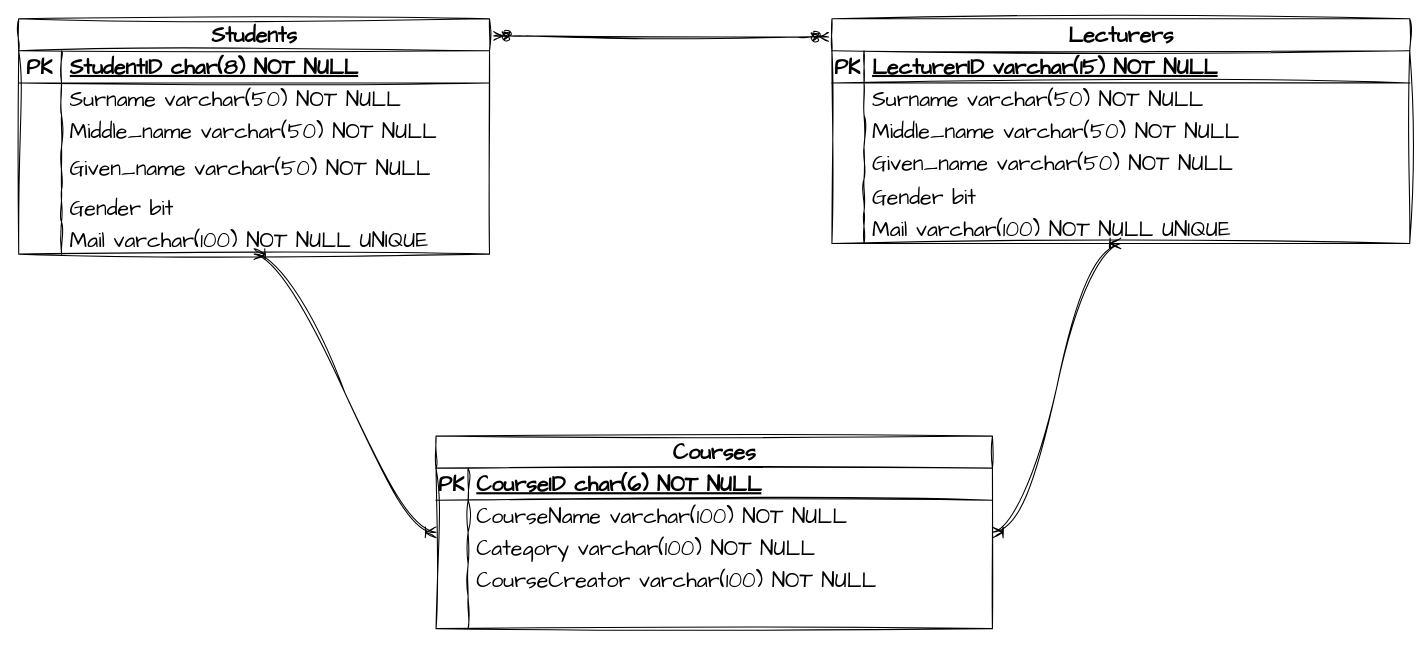
Before: Untitled Diagram.drawio in Adota2107/CMS_ERD_Diagram, a draw.io diagram. Source tidied: cells renumbered, new cells numbered last; positions are measured from the earlier drawing's top-left corner, leaving out a move shared by most shapes. Both pictures are drawn from the tidied source at 107%, with x=0, y=0 at pixel (18, 18).
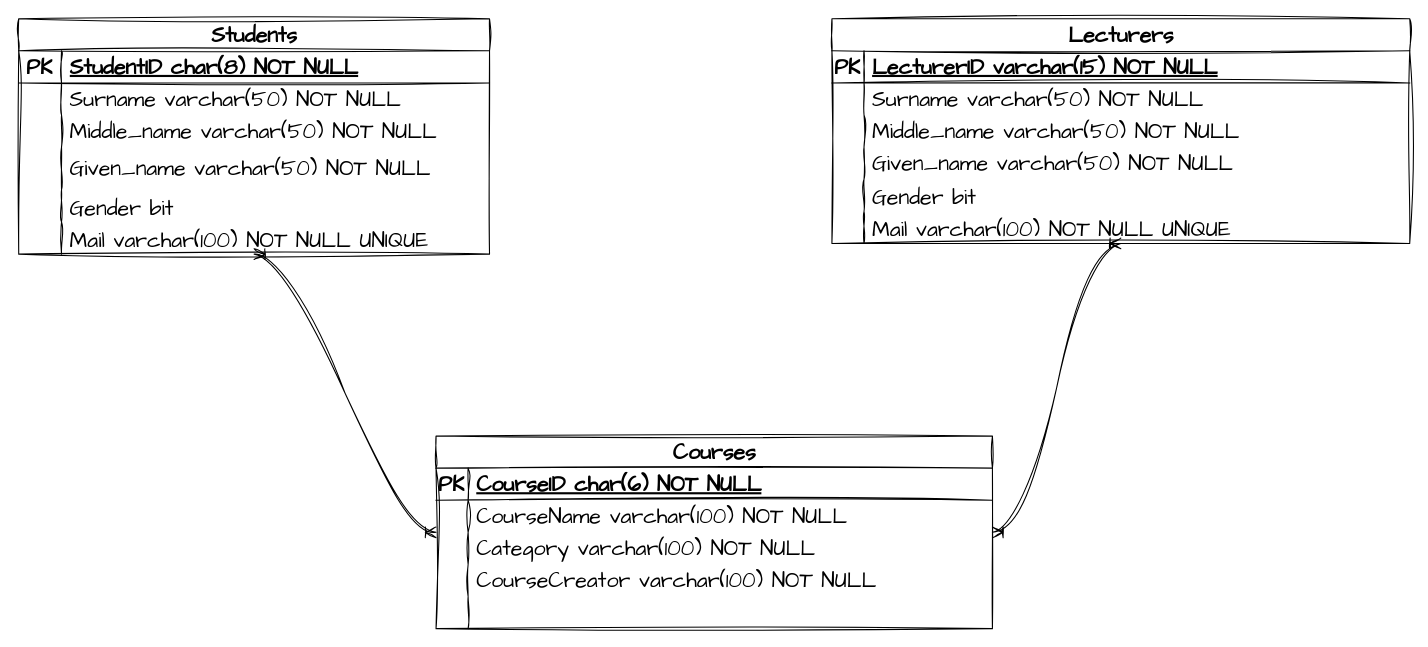
The same diagram, later.

Commit message:
delete relation student vs lecturers

The change refers to these unchanged cells:
```xml
<mxCell id="2" value="Students" style="shape=table;startSize=30;childLayout=tableLayout;rowLines=0;fontStyle=1;align=center;html=1;sketch=1;hachureGap=4;jiggle=2;curveFitting=1;fontFamily=Architects Daughter;fontSize=20;" parent="1" vertex="1">
  <mxGeometry width="440" height="220" as="geometry" />
</mxCell>
<mxCell id="21" value="Lecturers" style="shape=table;startSize=30;childLayout=tableLayout;rowLines=0;fontStyle=1;align=center;html=1;sketch=1;hachureGap=4;jiggle=2;curveFitting=1;fontFamily=Architects Daughter;fontSize=20;" parent="1" vertex="1">
  <mxGeometry x="760" width="540" height="210" as="geometry" />
</mxCell>
```

Change to the diagram source:
```diff
@@
-    <mxCell id="40" style="edgeStyle=entityRelationEdgeStyle;fontSize=12;html=1;endArrow=ERzeroToMany;endFill=1;startArrow=ERzeroToMany;rounded=0;sketch=1;hachureGap=4;jiggle=2;curveFitting=1;fontFamily=Architects Daughter;exitX=1.009;exitY=0.073;exitDx=0;exitDy=0;exitPerimeter=0;entryX=-0.006;entryY=0.081;entryDx=0;entryDy=0;entryPerimeter=0;" parent="1" edge="1" source="2" target="21">
-      <mxGeometry relative="1" as="geometry" />
-    </mxCell>
```
